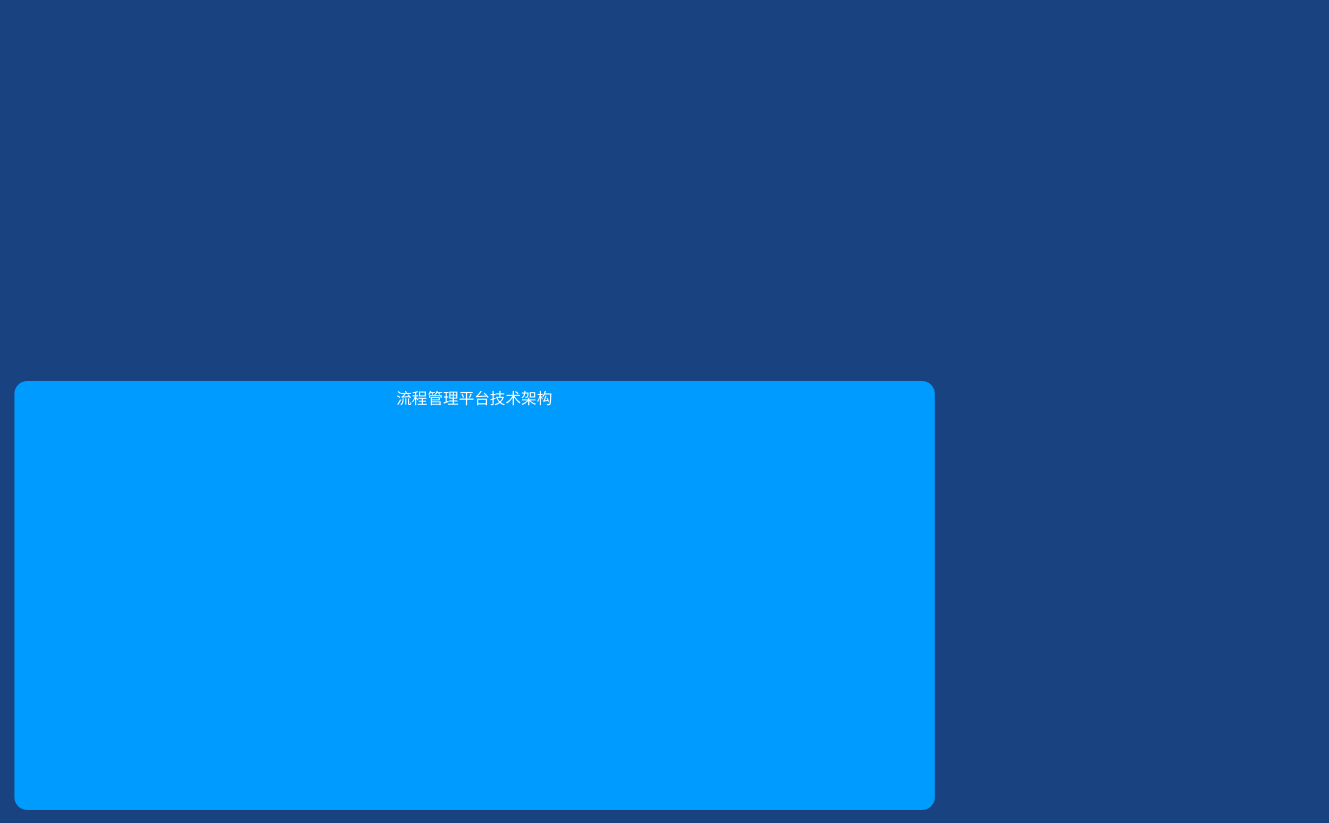
This is 未命名绘图.drawio from publisherfk/diagrams, a draw.io file, before an edit. Source tidied: cells renumbered, new cells numbered last; positions are measured from the earlier drawing's top-left corner, leaving out a move shared by most shapes. Both pictures are drawn from the tidied source at 78%, with x=0, y=0 at pixel (14, 381).
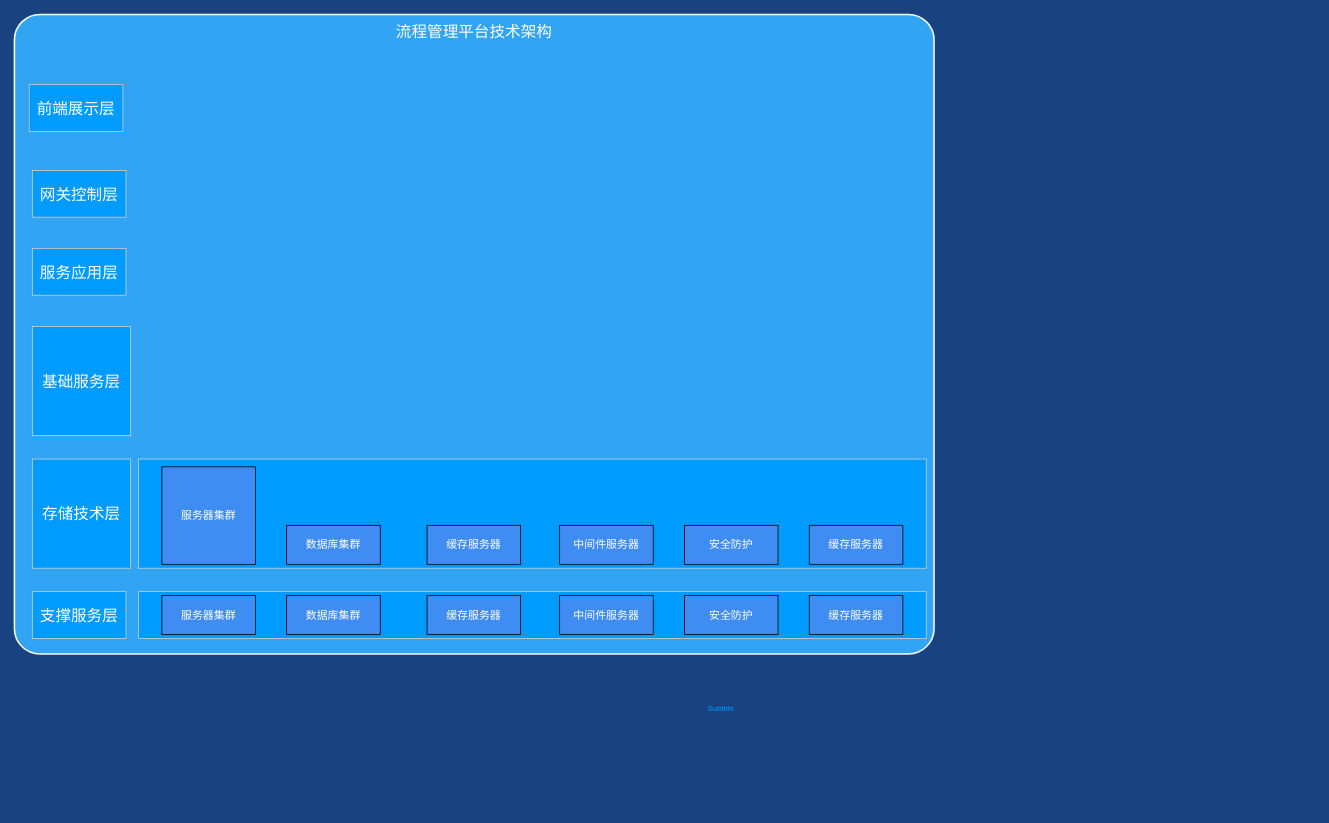
The same page after the edit.

Commit message (it also covers changes not shown here):
更新未命名绘图.drawio

Diff of the diagram source:
```diff
@@
-    <mxCell id="2" value="流程管理平台技术架构" style="whiteSpace=wrap;html=1;rounded=1;shadow=0;strokeColor=none;strokeWidth=2;fillColor=#009BFF;fontSize=20;fontColor=#FFFFFF;align=center;arcSize=3;verticalAlign=top;spacingTop=4;" parent="1" vertex="1">
-      <mxGeometry width="1180" height="550" as="geometry" />
+    <mxCell id="2" value="流程管理平台技术架构" style="whiteSpace=wrap;html=1;rounded=1;shadow=0;strokeColor=#f7f7f7;strokeWidth=2;fillColor=#31A5F3;fontSize=20;fontColor=#FFFFFF;align=center;arcSize=4;verticalAlign=top;spacingTop=4;" parent="1" vertex="1">
+      <mxGeometry y="-470" width="1179" height="820" as="geometry" />
     </mxCell>
@@
+    <mxCell id="4" value="&lt;font style=&quot;font-size: 20px;&quot; color=&quot;#ffffff&quot;&gt;支撑服务层&lt;/font&gt;" style="rounded=0;whiteSpace=wrap;html=1;fillColor=#009bff;strokeColor=#cfcece;" parent="1" vertex="1">
+      <mxGeometry x="23" y="270" width="120" height="60" as="geometry" />
+    </mxCell>
+    <mxCell id="5" value="&lt;font style=&quot;font-size: 20px;&quot; color=&quot;#ffffff&quot;&gt;存储技术层&lt;/font&gt;" style="rounded=0;whiteSpace=wrap;html=1;fillColor=#009bff;strokeColor=#cfcece;" parent="1" vertex="1">
+      <mxGeometry x="23" y="100" width="126" height="140" as="geometry" />
+    </mxCell>
+    <mxCell id="6" value="&lt;font style=&quot;font-size: 20px;&quot; color=&quot;#ffffff&quot;&gt;基础服务层&lt;/font&gt;" style="rounded=0;whiteSpace=wrap;html=1;fillColor=#009bff;strokeColor=#cfcece;" parent="1" vertex="1">
+      <mxGeometry x="23" y="-70" width="126" height="140" as="geometry" />
+    </mxCell>
+    <mxCell id="7" value="&lt;font style=&quot;font-size: 20px;&quot; color=&quot;#ffffff&quot;&gt;服务应用层&lt;/font&gt;" style="rounded=0;whiteSpace=wrap;html=1;fillColor=#009bff;strokeColor=#cfcece;" parent="1" vertex="1">
+      <mxGeometry x="23" y="-170" width="120" height="60" as="geometry" />
+    </mxCell>
+    <mxCell id="8" value="&lt;font style=&quot;font-size: 20px;&quot; color=&quot;#ffffff&quot;&gt;网关控制层&lt;/font&gt;" style="rounded=0;whiteSpace=wrap;html=1;fillColor=#009bff;strokeColor=#cfcece;" parent="1" vertex="1">
+      <mxGeometry x="23" y="-270" width="120" height="60" as="geometry" />
+    </mxCell>
+    <mxCell id="9" value="&lt;font style=&quot;font-size: 20px;&quot; color=&quot;#ffffff&quot;&gt;前端展示层&lt;/font&gt;" style="rounded=0;whiteSpace=wrap;html=1;fillColor=#009bff;strokeColor=#cfcece;" parent="1" vertex="1">
+      <mxGeometry x="19" y="-380" width="120" height="60" as="geometry" />
+    </mxCell>
+    <mxCell id="10" style="rounded=0;whiteSpace=wrap;html=1;fillColor=#009bff;strokeColor=#cfcece;" parent="1" vertex="1">
+      <mxGeometry x="159" y="270" width="1010" height="60" as="geometry" />
+    </mxCell>
+    <mxCell id="11" value="&lt;font style=&quot;font-size: 14px;&quot; color=&quot;#ffffff&quot;&gt;服务器集群&lt;/font&gt;" style="rounded=0;whiteSpace=wrap;html=1;fillColor=#3F8DF3;" parent="1" vertex="1">
+      <mxGeometry x="189" y="275" width="120" height="50" as="geometry" />
+    </mxCell>
+    <mxCell id="12" value="&lt;font style=&quot;font-size: 14px;&quot; color=&quot;#ffffff&quot;&gt;数据库集群&lt;/font&gt;" style="rounded=0;whiteSpace=wrap;html=1;fillColor=#3F8DF3;" parent="1" vertex="1">
+      <mxGeometry x="349" y="275" width="120" height="50" as="geometry" />
+    </mxCell>
+    <mxCell id="13" value="&lt;font style=&quot;font-size: 14px;&quot; color=&quot;#ffffff&quot;&gt;缓存服务器&lt;/font&gt;" style="rounded=0;whiteSpace=wrap;html=1;fillColor=#3F8DF3;" parent="1" vertex="1">
+      <mxGeometry x="529" y="275" width="120" height="50" as="geometry" />
+    </mxCell>
+    <mxCell id="14" value="&lt;font style=&quot;font-size: 14px;&quot; color=&quot;#ffffff&quot;&gt;中间件服务器&lt;/font&gt;" style="rounded=0;whiteSpace=wrap;html=1;fillColor=#3F8DF3;" parent="1" vertex="1">
+      <mxGeometry x="699" y="275" width="120" height="50" as="geometry" />
+    </mxCell>
+    <mxCell id="15" value="&lt;font style=&quot;font-size: 14px;&quot; color=&quot;#ffffff&quot;&gt;安全防护&lt;/font&gt;" style="rounded=0;whiteSpace=wrap;html=1;fillColor=#3F8DF3;" parent="1" vertex="1">
+      <mxGeometry x="859" y="275" width="120" height="50" as="geometry" />
+    </mxCell>
+    <mxCell id="16" value="&lt;font style=&quot;font-size: 14px;&quot; color=&quot;#ffffff&quot;&gt;缓存服务器&lt;/font&gt;" style="rounded=0;whiteSpace=wrap;html=1;fillColor=#3F8DF3;" parent="1" vertex="1">
+      <mxGeometry x="1019" y="275" width="120" height="50" as="geometry" />
+    </mxCell>
+    <mxCell id="17" style="rounded=0;whiteSpace=wrap;html=1;fillColor=#009bff;strokeColor=#cfcece;" parent="1" vertex="1">
+      <mxGeometry x="159" y="100" width="1010" height="140" as="geometry" />
+    </mxCell>
+    <mxCell id="18" value="&lt;font style=&quot;font-size: 14px;&quot; color=&quot;#ffffff&quot;&gt;服务器集群&lt;/font&gt;" style="rounded=0;whiteSpace=wrap;html=1;fillColor=#3F8DF3;" parent="1" vertex="1">
+      <mxGeometry x="189" y="110" width="120" height="125" as="geometry" />
+    </mxCell>
+    <mxCell id="19" value="&lt;font style=&quot;font-size: 14px;&quot; color=&quot;#ffffff&quot;&gt;数据库集群&lt;/font&gt;" style="rounded=0;whiteSpace=wrap;html=1;fillColor=#3F8DF3;" parent="1" vertex="1">
+      <mxGeometry x="349" y="185" width="120" height="50" as="geometry" />
+    </mxCell>
+    <mxCell id="20" value="&lt;font style=&quot;font-size: 14px;&quot; color=&quot;#ffffff&quot;&gt;缓存服务器&lt;/font&gt;" style="rounded=0;whiteSpace=wrap;html=1;fillColor=#3F8DF3;" parent="1" vertex="1">
+      <mxGeometry x="529" y="185" width="120" height="50" as="geometry" />
+    </mxCell>
+    <mxCell id="21" value="&lt;font style=&quot;font-size: 14px;&quot; color=&quot;#ffffff&quot;&gt;中间件服务器&lt;/font&gt;" style="rounded=0;whiteSpace=wrap;html=1;fillColor=#3F8DF3;" parent="1" vertex="1">
+      <mxGeometry x="699" y="185" width="120" height="50" as="geometry" />
+    </mxCell>
+    <mxCell id="22" value="&lt;font style=&quot;font-size: 14px;&quot; color=&quot;#ffffff&quot;&gt;安全防护&lt;/font&gt;" style="rounded=0;whiteSpace=wrap;html=1;fillColor=#3F8DF3;" parent="1" vertex="1">
+      <mxGeometry x="859" y="185" width="120" height="50" as="geometry" />
+    </mxCell>
+    <mxCell id="23" value="&lt;font style=&quot;font-size: 14px;&quot; color=&quot;#ffffff&quot;&gt;缓存服务器&lt;/font&gt;" style="rounded=0;whiteSpace=wrap;html=1;fillColor=#3F8DF3;" parent="1" vertex="1">
+      <mxGeometry x="1019" y="185" width="120" height="50" as="geometry" />
+    </mxCell>
```
